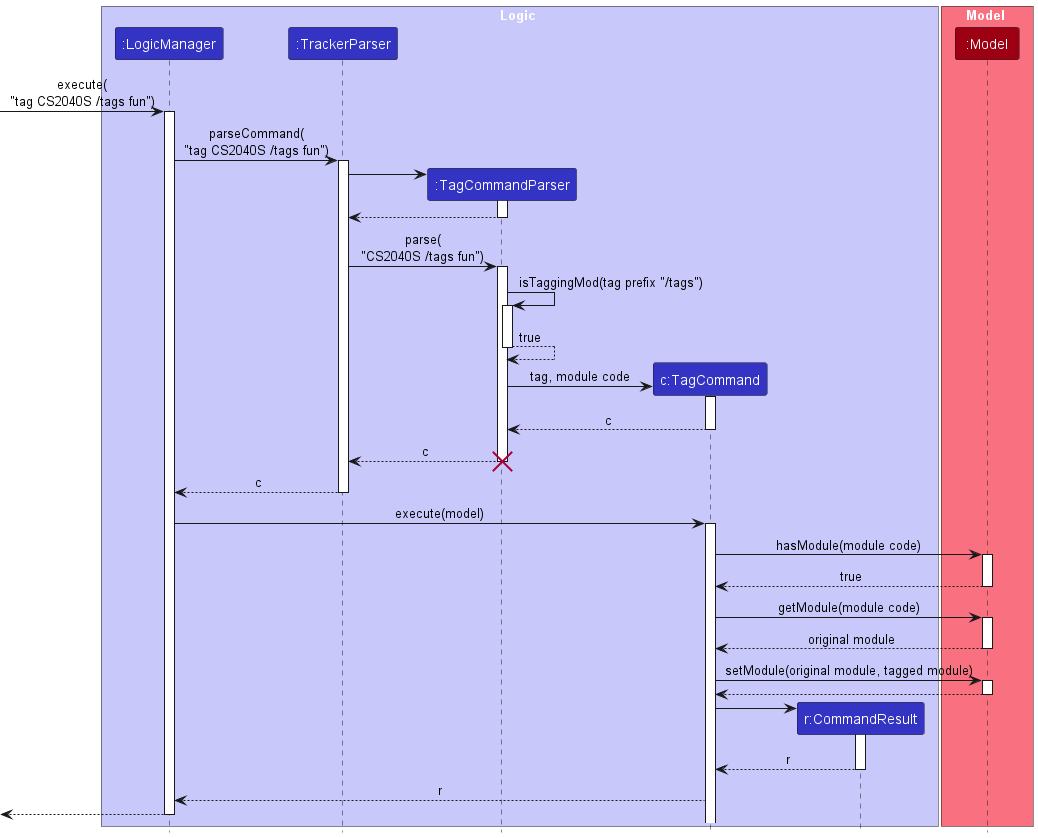
Earlier version of the PlantUML export docs/images/TagSequenceDiagram.png (nus-cs2103-AY2223S2/tp).
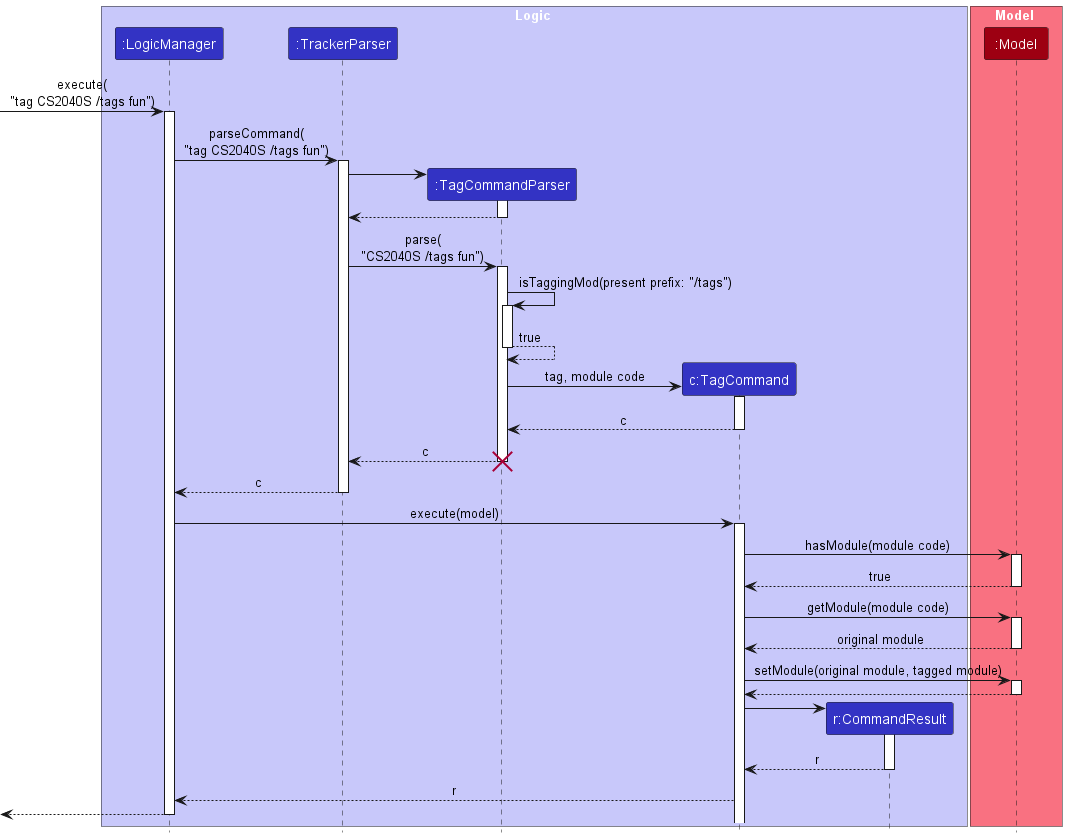
Later version of the same file.

Commit message:
Update sequence diagram of tag and untag

What changed in the source:
```diff
@@ -29,7 +29,7 @@
 TrackerParser -> TagCommandParser : parse(\n"CS2040S /tags fun")
 activate TagCommandParser
 
-TagCommandParser -> TagCommandParser : isTaggingMod(tag prefix "/tags")
+TagCommandParser -> TagCommandParser : isTaggingMod(present prefix: "/tags")
 activate TagCommandParser
 
 TagCommandParser --> TagCommandParser : true
```
